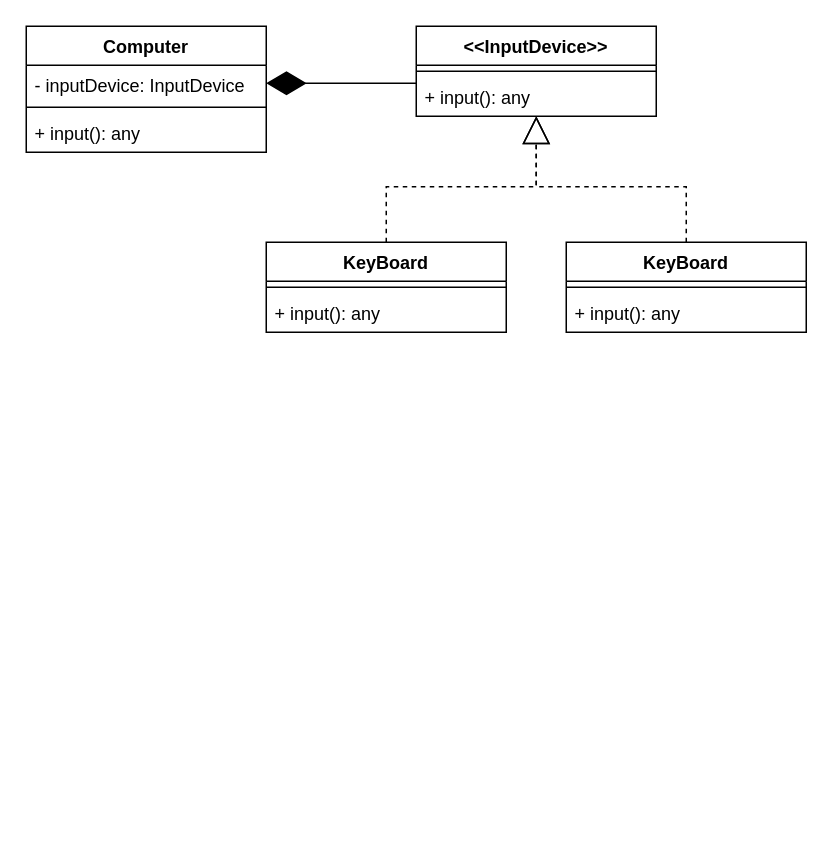
Earlier version of the draw.io diagram page "Page-2" (1 of 2) of UML_design.drawio (natasha-cloud/bc14-software-design). Source tidied: cells renumbered, new cells numbered last; positions are measured from the earlier drawing's top-left corner, leaving out a move shared by most shapes. Both pictures are drawn from the tidied source at 150%, with x=0, y=0 at pixel (26, 26).
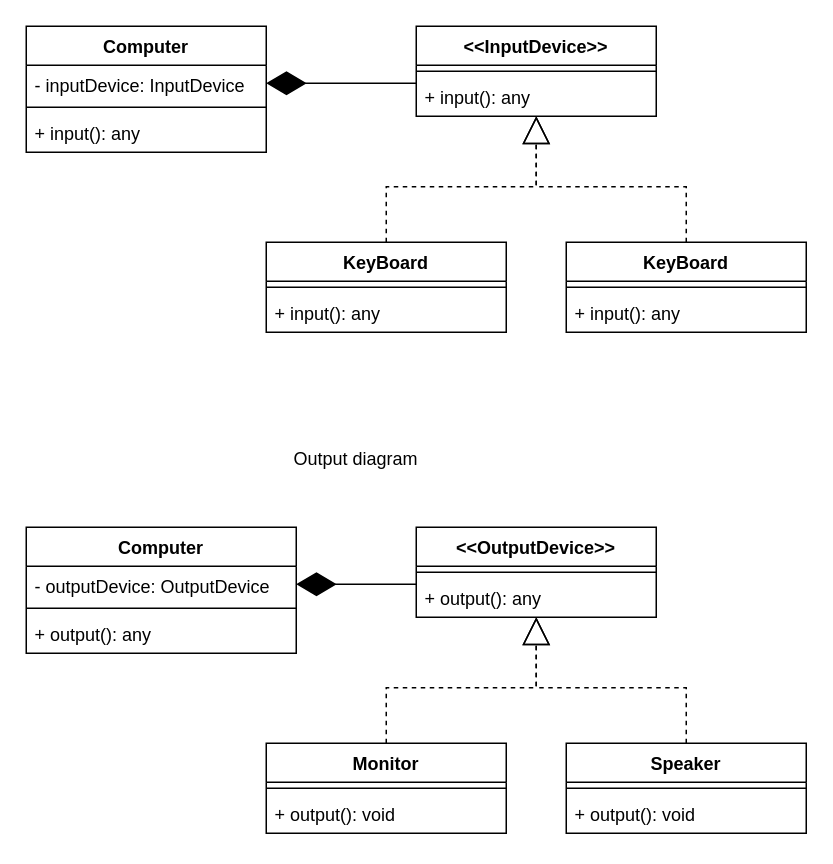
The same page after the edit.

Commit message (it also covers changes not shown here):
added output diagram

Change to the diagram source:
```diff
@@
+    <mxCell id="18" value="Computer" style="swimlane;fontStyle=1;align=center;verticalAlign=top;horizontal=1;startSize=26;" parent="1" vertex="1">
+      <mxGeometry y="334" width="180" height="84" as="geometry" />
+    </mxCell>
+    <mxCell id="19" value="- outputDevice: OutputDevice" style="text;strokeColor=none;fillColor=none;align=left;verticalAlign=top;spacingLeft=4;spacingRight=4;overflow=hidden;points=[[0,0.5],[1,0.5]];portConstraint=eastwest;" parent="18" vertex="1">
+      <mxGeometry y="26" width="180" height="24" as="geometry" />
+    </mxCell>
+    <mxCell id="20" style="line;strokeWidth=1;fillColor=none;align=left;verticalAlign=middle;spacingTop=-1;spacingLeft=3;spacingRight=3;labelPosition=right;" parent="18" vertex="1">
+      <mxGeometry y="50" width="180" height="8" as="geometry" />
+    </mxCell>
+    <mxCell id="21" value="+ output(): any" style="text;strokeColor=none;fillColor=none;align=left;verticalAlign=top;spacingLeft=4;spacingRight=4;overflow=hidden;" parent="18" vertex="1">
+      <mxGeometry y="58" width="180" height="26" as="geometry" />
+    </mxCell>
+    <mxCell id="22" value="&lt;&lt;OutputDevice&gt;&gt;" style="swimlane;fontStyle=1;align=center;verticalAlign=top;horizontal=1;startSize=26;" parent="1" vertex="1">
+      <mxGeometry x="260" y="334" width="160" height="60" as="geometry" />
+    </mxCell>
+    <mxCell id="23" style="line;strokeWidth=1;fillColor=none;align=left;verticalAlign=middle;spacingTop=-1;spacingLeft=3;spacingRight=3;labelPosition=right;" parent="22" vertex="1">
+      <mxGeometry y="26" width="160" height="8" as="geometry" />
+    </mxCell>
+    <mxCell id="24" value="+ output(): any" style="text;strokeColor=none;fillColor=none;align=left;verticalAlign=top;spacingLeft=4;spacingRight=4;overflow=hidden;" parent="22" vertex="1">
+      <mxGeometry y="34" width="160" height="26" as="geometry" />
+    </mxCell>
+    <mxCell id="25" style="endArrow=diamondThin;endFill=1;endSize=24;html=1;rounded=0;entryX=1;entryY=0.5;entryDx=0;entryDy=0;exitX=0;exitY=0.5;exitDx=0;exitDy=0;" parent="1" edge="1" target="19">
+      <mxGeometry relative="1" as="geometry">
+        <mxPoint x="260" y="372" as="sourcePoint" />
+      </mxGeometry>
+    </mxCell>
+    <mxCell id="26" style="edgeStyle=orthogonalEdgeStyle;rounded=0;jettySize=auto;html=1;dashed=1;endArrow=block;endFill=0;endSize=16;" parent="1" edge="1" source="27" target="22">
+      <mxGeometry relative="1" as="geometry" />
+    </mxCell>
+    <mxCell id="27" value="Monitor" style="swimlane;fontStyle=1;align=center;verticalAlign=top;horizontal=1;startSize=26;" parent="1" vertex="1">
+      <mxGeometry x="160" y="478" width="160" height="60" as="geometry" />
+    </mxCell>
+    <mxCell id="28" style="line;strokeWidth=1;fillColor=none;align=left;verticalAlign=middle;spacingTop=-1;spacingLeft=3;spacingRight=3;labelPosition=right;" parent="27" vertex="1">
+      <mxGeometry y="26" width="160" height="8" as="geometry" />
+    </mxCell>
+    <mxCell id="29" value="+ output(): void" style="text;strokeColor=none;fillColor=none;align=left;verticalAlign=top;spacingLeft=4;spacingRight=4;overflow=hidden;" parent="27" vertex="1">
+      <mxGeometry y="34" width="160" height="26" as="geometry" />
+    </mxCell>
+    <mxCell id="30" style="edgeStyle=orthogonalEdgeStyle;rounded=0;jettySize=auto;html=1;dashed=1;endArrow=block;endFill=0;endSize=16;" parent="1" edge="1" source="31" target="22">
+      <mxGeometry relative="1" as="geometry" />
+    </mxCell>
+    <mxCell id="31" value="Speaker" style="swimlane;fontStyle=1;align=center;verticalAlign=top;horizontal=1;startSize=26;" parent="1" vertex="1">
+      <mxGeometry x="360" y="478" width="160" height="60" as="geometry" />
+    </mxCell>
+    <mxCell id="32" style="line;strokeWidth=1;fillColor=none;align=left;verticalAlign=middle;spacingTop=-1;spacingLeft=3;spacingRight=3;labelPosition=right;" parent="31" vertex="1">
+      <mxGeometry y="26" width="160" height="8" as="geometry" />
+    </mxCell>
+    <mxCell id="33" value="+ output(): void" style="text;strokeColor=none;fillColor=none;align=left;verticalAlign=top;spacingLeft=4;spacingRight=4;overflow=hidden;" parent="31" vertex="1">
+      <mxGeometry y="34" width="160" height="26" as="geometry" />
+    </mxCell>
+    <mxCell id="34" value="Output diagram" style="text;html=1;strokeColor=none;fillColor=none;align=center;verticalAlign=middle;whiteSpace=wrap;rounded=0;" parent="1" vertex="1">
+      <mxGeometry x="160" y="274" width="120" height="30" as="geometry" />
+    </mxCell>
```
